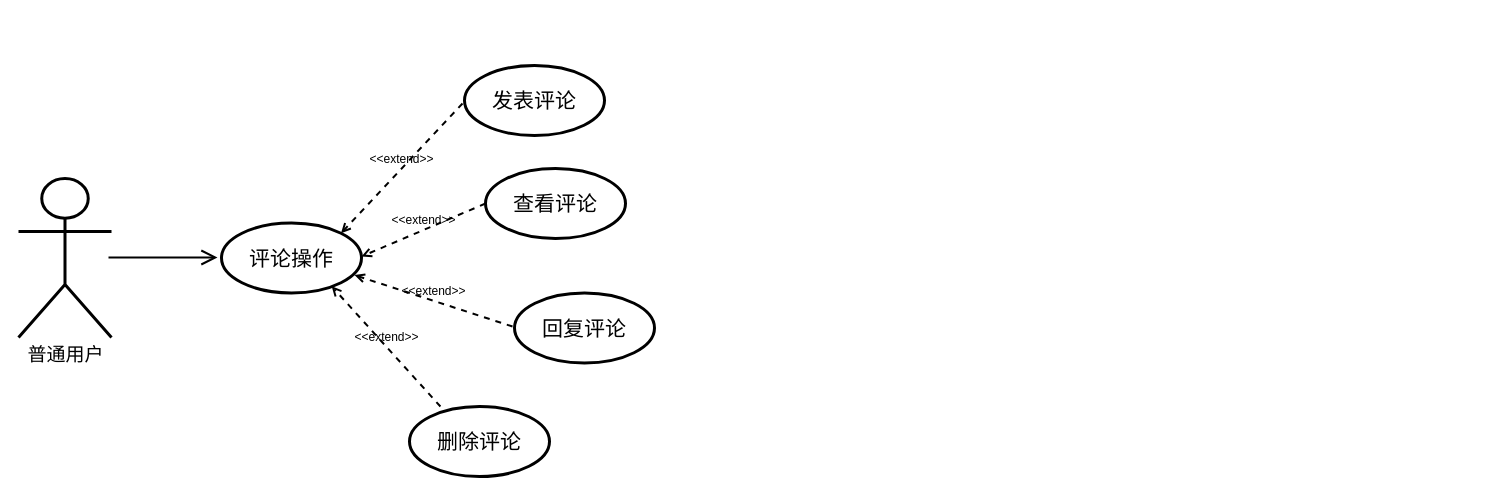
The draw.io diagram page "第 1 页" (1 of 4) of 相册管理.drawio in IRiDecenT/graph, before the edit. Source tidied: cells renumbered, new cells numbered last; positions are measured from the earlier drawing's top-left corner, leaving out a move shared by most shapes. Both pictures are drawn from the tidied source at 100%, with x=0, y=0 at pixel (18, 65).
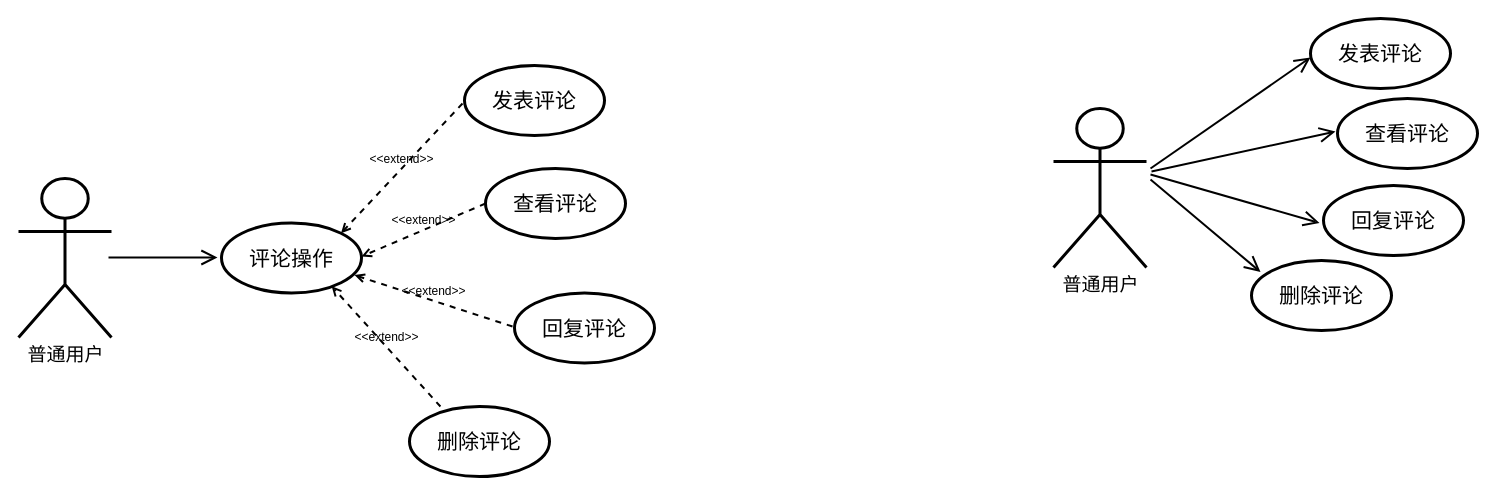
The same diagram, later.

The edit, as a diff of the source:
```diff
@@
+    <mxCell id="13" value="&lt;font style=&quot;font-size: 19px;&quot;&gt;普通用户&lt;/font&gt;" style="shape=umlActor;verticalLabelPosition=bottom;verticalAlign=top;html=1;strokeWidth=3;" parent="1" vertex="1">
+      <mxGeometry x="1035" y="43" width="93" height="159" as="geometry" />
+    </mxCell>
+    <mxCell id="14" style="endArrow=open;endFill=1;endSize=12;html=1;rounded=0;strokeWidth=2;" parent="1" edge="1">
+      <mxGeometry relative="1" as="geometry">
+        <mxPoint x="1132" y="103" as="sourcePoint" />
+        <mxPoint x="1292" y="-8" as="targetPoint" />
+      </mxGeometry>
+    </mxCell>
+    <mxCell id="15" value="&lt;span style=&quot;font-size: 21px;&quot;&gt;发表评论&lt;/span&gt;" style="ellipse;whiteSpace=wrap;html=1;strokeWidth=3;" parent="1" vertex="1">
+      <mxGeometry x="1292" y="-47" width="140" height="70" as="geometry" />
+    </mxCell>
+    <mxCell id="16" value="&lt;span style=&quot;font-size: 21px;&quot;&gt;查看评论&lt;/span&gt;" style="ellipse;whiteSpace=wrap;html=1;strokeWidth=3;" parent="1" vertex="1">
+      <mxGeometry x="1319" y="33" width="140" height="70" as="geometry" />
+    </mxCell>
+    <mxCell id="17" value="&lt;span style=&quot;font-size: 21px;&quot;&gt;回复评论&lt;/span&gt;" style="ellipse;whiteSpace=wrap;html=1;strokeWidth=3;" parent="1" vertex="1">
+      <mxGeometry x="1305" y="120" width="140" height="70" as="geometry" />
+    </mxCell>
+    <mxCell id="18" value="&lt;span style=&quot;font-size: 21px;&quot;&gt;删除评论&lt;/span&gt;" style="ellipse;whiteSpace=wrap;html=1;strokeWidth=3;" parent="1" vertex="1">
+      <mxGeometry x="1233" y="195" width="140" height="70" as="geometry" />
+    </mxCell>
+    <mxCell id="19" style="endArrow=open;endFill=1;endSize=12;html=1;rounded=0;strokeWidth=2;" parent="1" edge="1">
+      <mxGeometry relative="1" as="geometry">
+        <mxPoint x="1133" y="106" as="sourcePoint" />
+        <mxPoint x="1317" y="66" as="targetPoint" />
+      </mxGeometry>
+    </mxCell>
+    <mxCell id="20" style="endArrow=open;endFill=1;endSize=12;html=1;rounded=0;strokeWidth=2;" parent="1" edge="1">
+      <mxGeometry relative="1" as="geometry">
+        <mxPoint x="1132" y="109" as="sourcePoint" />
+        <mxPoint x="1301" y="157.5" as="targetPoint" />
+      </mxGeometry>
+    </mxCell>
+    <mxCell id="21" style="endArrow=open;endFill=1;endSize=12;html=1;rounded=0;strokeWidth=2;" parent="1" edge="1">
+      <mxGeometry relative="1" as="geometry">
+        <mxPoint x="1132" y="114" as="sourcePoint" />
+        <mxPoint x="1242" y="206.5" as="targetPoint" />
+      </mxGeometry>
+    </mxCell>
```
